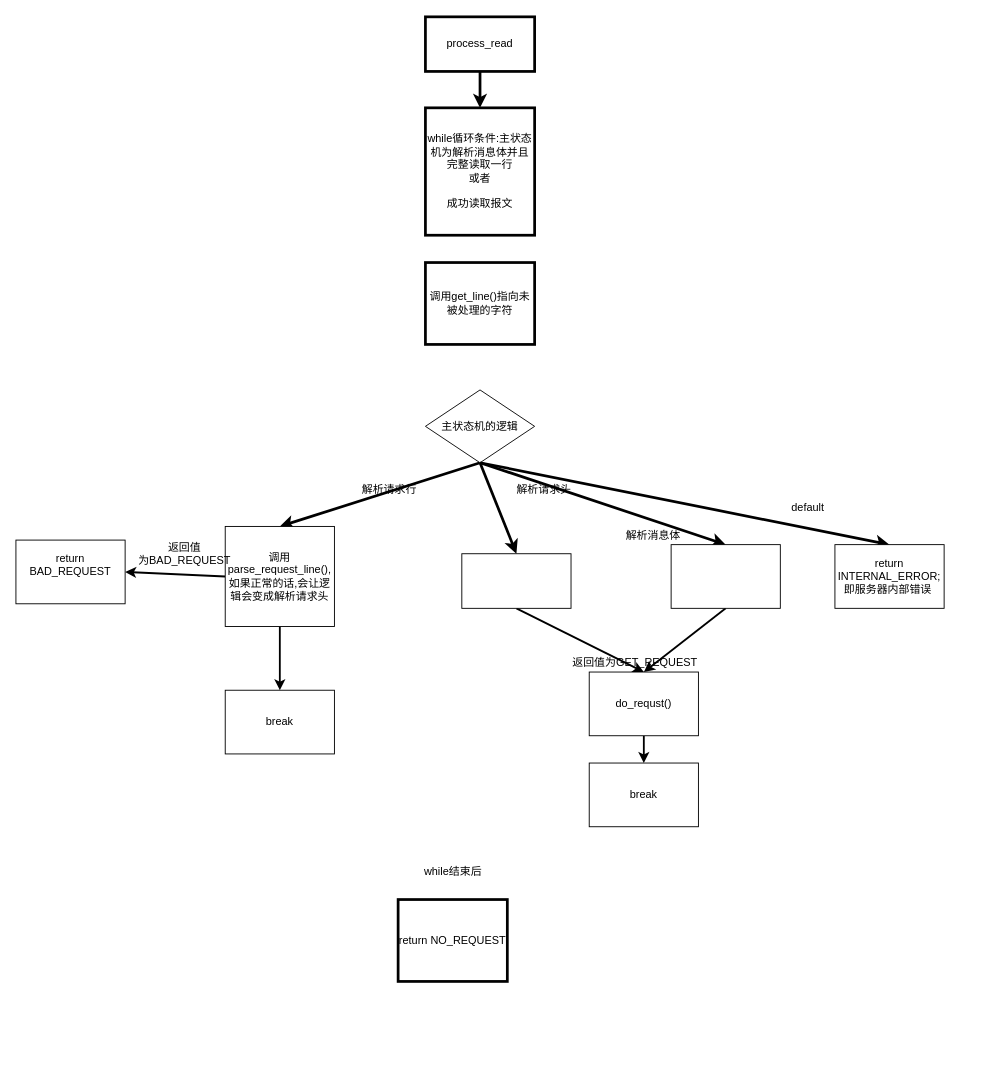
Before: note/process_read.drawio in Canwaiting/WebServer, a draw.io diagram. Source tidied: cells renumbered, new cells numbered last; positions are measured from the earlier drawing's top-left corner, leaving out a move shared by most shapes. Both pictures are drawn from the tidied source at 91%, with x=0, y=0 at pixel (15, 16).
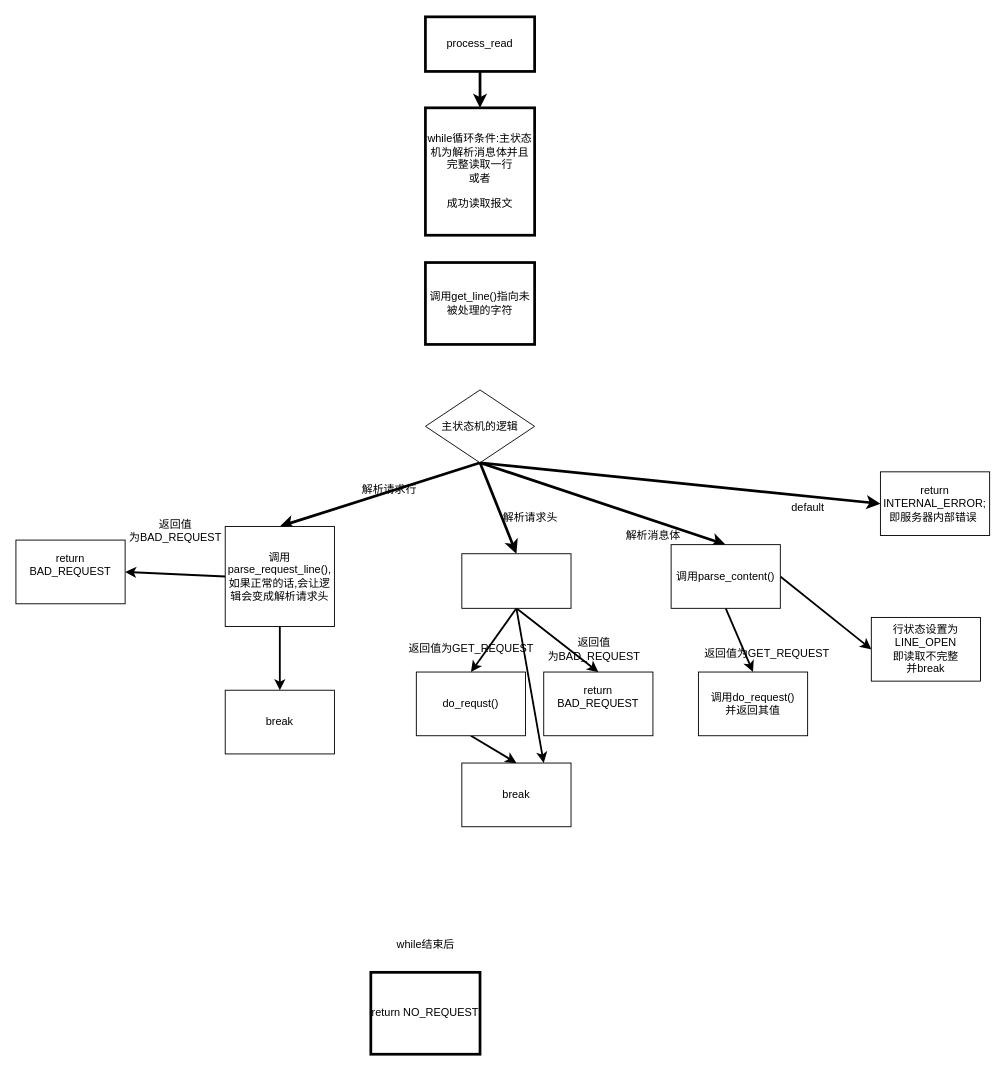
After the change.

Unchanged cells that the change refers to:
```xml
<mxCell id="9" value="主状态机的逻辑" style="rhombus;whiteSpace=wrap;html=1;" parent="1" vertex="1">
  <mxGeometry x="450" y="410" width="120" height="80" as="geometry" />
</mxCell>
<mxCell id="15" style="whiteSpace=wrap;html=1;" parent="1" vertex="1">
  <mxGeometry x="490" y="590" width="120" height="60" as="geometry" />
</mxCell>
```

What changed in the source:
```diff
@@
-    <mxCell id="8" style="edgeStyle=none;html=1;exitX=0.5;exitY=1;exitDx=0;exitDy=0;entryX=0.5;entryY=0;entryDx=0;entryDy=0;fontColor=#000000;strokeColor=#000000;strokeWidth=3;" parent="1" edge="1" source="9" target="21">
+    <mxCell id="8" style="edgeStyle=none;html=1;exitX=0.5;exitY=1;exitDx=0;exitDy=0;entryX=0;entryY=0.5;entryDx=0;entryDy=0;fontColor=#000000;strokeColor=#000000;strokeWidth=3;" parent="1" edge="1" source="9" target="21">
       <mxGeometry relative="1" as="geometry" />
     </mxCell>
@@
+    <mxCell id="32" style="edgeStyle=none;html=1;exitX=0.5;exitY=1;exitDx=0;exitDy=0;entryX=0.5;entryY=0;entryDx=0;entryDy=0;strokeColor=#000000;strokeWidth=2;" parent="1" edge="1" source="15" target="36">
+      <mxGeometry relative="1" as="geometry" />
+    </mxCell>
+    <mxCell id="33" style="edgeStyle=none;html=1;exitX=0.5;exitY=1;exitDx=0;exitDy=0;entryX=0.75;entryY=0;entryDx=0;entryDy=0;strokeColor=#000000;strokeWidth=2;" parent="1" edge="1" source="15" target="31">
+      <mxGeometry relative="1" as="geometry" />
+    </mxCell>
@@
     <mxCell id="16" value="解析请求头" style="text;html=1;align=center;verticalAlign=middle;strokeColor=none;fillColor=none;fontColor=#000000;" parent="1" vertex="1">
-      <mxGeometry x="540" y="510" width="80" height="20" as="geometry" />
+      <mxGeometry x="525" y="540" width="80" height="20" as="geometry" />
     </mxCell>
@@
-    <mxCell id="18" style="edgeStyle=none;html=1;exitX=0.5;exitY=1;exitDx=0;exitDy=0;entryX=0.5;entryY=0;entryDx=0;entryDy=0;strokeColor=#000000;strokeWidth=2;" parent="1" edge="1" source="19" target="29">
-      <mxGeometry relative="1" as="geometry" />
-    </mxCell>
+    <mxCell id="34" style="edgeStyle=none;html=1;exitX=0.5;exitY=1;exitDx=0;exitDy=0;entryX=0.5;entryY=0;entryDx=0;entryDy=0;strokeColor=#000000;strokeWidth=2;" parent="1" edge="1" source="19" target="38">
+      <mxGeometry relative="1" as="geometry" />
+    </mxCell>
+    <mxCell id="35" style="edgeStyle=none;html=1;exitX=1;exitY=0.5;exitDx=0;exitDy=0;entryX=0;entryY=0.5;entryDx=0;entryDy=0;strokeColor=#000000;strokeWidth=2;" parent="1" edge="1" source="19" target="40">
+      <mxGeometry relative="1" as="geometry" />
+    </mxCell>
-    <mxCell id="19" style="whiteSpace=wrap;html=1;" parent="1" vertex="1">
+    <mxCell id="19" value="调用parse_content()" style="whiteSpace=wrap;html=1;" parent="1" vertex="1">
       <mxGeometry x="720" y="580" width="120" height="70" as="geometry" />
     </mxCell>
@@
     <mxCell id="21" value="return INTERNAL_ERROR;&lt;br&gt;即服务器内部错误&amp;nbsp;" style="whiteSpace=wrap;html=1;" parent="1" vertex="1">
-      <mxGeometry x="900" y="580" width="120" height="70" as="geometry" />
+      <mxGeometry x="950" y="500" width="120" height="70" as="geometry" />
     </mxCell>
@@
     <mxCell id="24" value="返回值&lt;br&gt;为BAD_REQUEST" style="text;html=1;align=center;verticalAlign=middle;strokeColor=none;fillColor=none;fontColor=#000000;" parent="1" vertex="1">
-      <mxGeometry x="130" y="575" width="110" height="30" as="geometry" />
+      <mxGeometry x="120" y="550" width="110" height="30" as="geometry" />
     </mxCell>
@@
     <mxCell id="26" value="return NO_REQUEST" style="whiteSpace=wrap;html=1;strokeColor=#000000;strokeWidth=3;" parent="1" vertex="1">
-      <mxGeometry x="420" y="970" width="120" height="90" as="geometry" />
+      <mxGeometry x="390" y="1050" width="120" height="90" as="geometry" />
     </mxCell>
     <mxCell id="27" value="while结束后" style="text;html=1;align=center;verticalAlign=middle;strokeColor=none;fillColor=none;fontColor=#000000;" parent="1" vertex="1">
-      <mxGeometry x="440" y="930" width="80" height="20" as="geometry" />
+      <mxGeometry x="410" y="1010" width="80" height="20" as="geometry" />
     </mxCell>
-    <mxCell id="28" style="edgeStyle=none;html=1;exitX=0.5;exitY=1;exitDx=0;exitDy=0;strokeColor=#000000;strokeWidth=2;" parent="1" edge="1" source="29" target="31">
+    <mxCell id="28" style="edgeStyle=none;html=1;exitX=0.5;exitY=1;exitDx=0;exitDy=0;entryX=0.5;entryY=0;entryDx=0;entryDy=0;strokeColor=#000000;strokeWidth=2;" parent="1" edge="1" source="29" target="31">
       <mxGeometry relative="1" as="geometry" />
     </mxCell>
     <mxCell id="29" value="do_requst()" style="whiteSpace=wrap;html=1;" parent="1" vertex="1">
-      <mxGeometry x="630" y="720" width="120" height="70" as="geometry" />
+      <mxGeometry x="440" y="720" width="120" height="70" as="geometry" />
     </mxCell>
     <mxCell id="30" value="返回值为GET_REQUEST" style="text;html=1;align=center;verticalAlign=middle;strokeColor=none;fillColor=none;fontColor=#000000;" parent="1" vertex="1">
-      <mxGeometry x="605" y="700" width="150" height="20" as="geometry" />
+      <mxGeometry x="425" y="685" width="150" height="20" as="geometry" />
     </mxCell>
+    <mxCell id="36" value="return BAD_REQUEST&lt;br&gt;&lt;br&gt;" style="whiteSpace=wrap;html=1;" parent="1" vertex="1">
+      <mxGeometry x="580" y="720" width="120" height="70" as="geometry" />
+    </mxCell>
+    <mxCell id="37" value="返回值&lt;br&gt;为BAD_REQUEST" style="text;html=1;align=center;verticalAlign=middle;strokeColor=none;fillColor=none;fontColor=#000000;" parent="1" vertex="1">
+      <mxGeometry x="580" y="680" width="110" height="30" as="geometry" />
+    </mxCell>
     <mxCell id="31" value="break" style="whiteSpace=wrap;html=1;" parent="1" vertex="1">
-      <mxGeometry x="630" y="820" width="120" height="70" as="geometry" />
+      <mxGeometry x="490" y="820" width="120" height="70" as="geometry" />
     </mxCell>
+    <mxCell id="38" value="调用do_request()&lt;br&gt;并返回其值" style="whiteSpace=wrap;html=1;" parent="1" vertex="1">
+      <mxGeometry x="750" y="720" width="120" height="70" as="geometry" />
+    </mxCell>
+    <mxCell id="39" value="返回值为GET_REQUEST" style="text;html=1;align=center;verticalAlign=middle;strokeColor=none;fillColor=none;fontColor=#000000;" parent="1" vertex="1">
+      <mxGeometry x="750" y="690" width="150" height="20" as="geometry" />
+    </mxCell>
+    <mxCell id="40" value="行状态设置为LINE_OPEN&lt;br&gt;即读取不完整&lt;br&gt;并break" style="whiteSpace=wrap;html=1;" parent="1" vertex="1">
+      <mxGeometry x="940" y="660" width="120" height="70" as="geometry" />
+    </mxCell>
```
